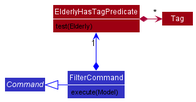
Before: docs/images/FilterClassDiagram.png, a diagram exported from PlantUML (tsy24/tp). Its diagram source:
```plantuml
@startuml
!include style.puml
skinparam arrowThickness 1.1
show members
hide empty members

abstract class Command LOGIC_COLOR
class ElderlyHasTagPredicate MODEL_COLOR {
    test(Elderly)
}
class FilterCommand LOGIC_COLOR {
    execute(Model)
}
class Tag MODEL_COLOR

Command <|-[#blue] FilterCommand
ElderlyHasTagPredicate *-> "*" Tag
FilterCommand *-up[#blue]-> "1" ElderlyHasTagPredicate

@enduml
```
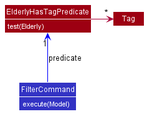
Later version of the same file.

What changed in the source:
```diff
@@ -4,17 +4,15 @@
 show members
 hide empty members
 
-abstract class Command LOGIC_COLOR
 class ElderlyHasTagPredicate MODEL_COLOR {
-    test(Elderly)
+    <color:White>test(Elderly)
 }
 class FilterCommand LOGIC_COLOR {
-    execute(Model)
+    <color:White>execute(Model)
 }
 class Tag MODEL_COLOR
 
-Command <|-[#blue] FilterCommand
-ElderlyHasTagPredicate *-> "*" Tag
-FilterCommand *-up[#blue]-> "1" ElderlyHasTagPredicate
+ElderlyHasTagPredicate -> "*" Tag
+FilterCommand -up[#blue]-> "1" ElderlyHasTagPredicate : predicate
 
 @enduml
```
